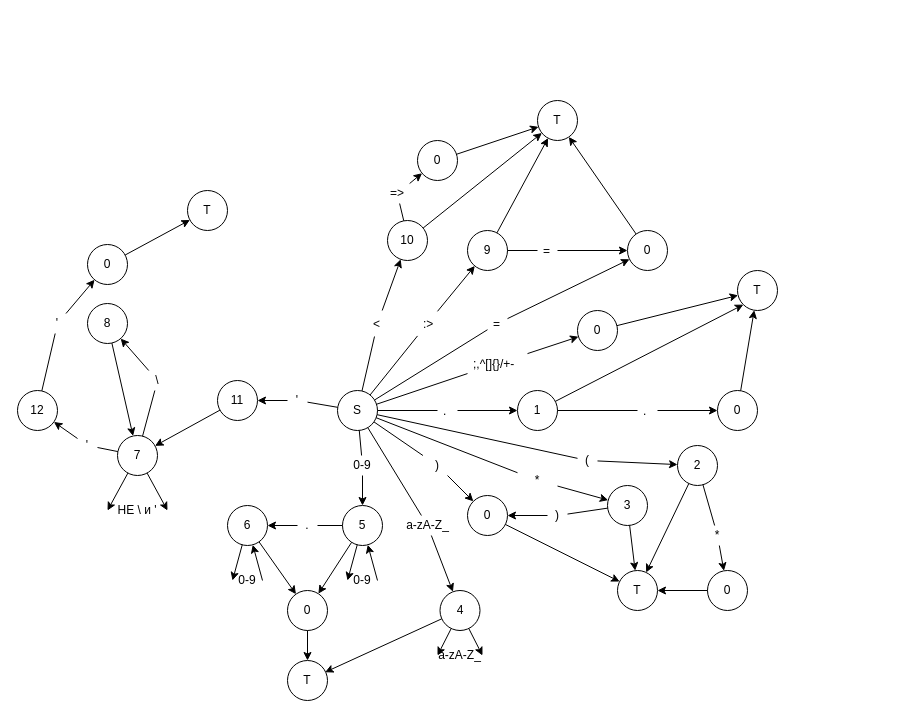
Earlier version of the draw.io diagram PascalCompiler/LEXER_FSM.drawio (XJIE6yIIIEK/PascalCompiler). Source tidied: cells renumbered, new cells numbered last; positions are measured from the earlier drawing's top-left corner, leaving out a move shared by most shapes. Both pictures are drawn from the tidied source at 100%, with x=0, y=0 at pixel (17, 100).
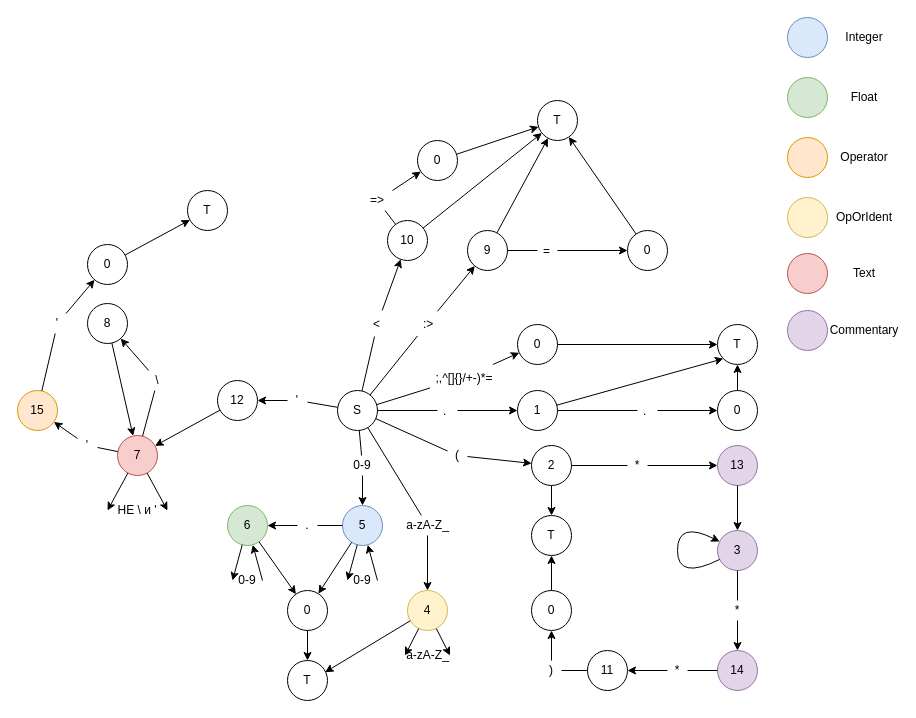
The same page after the edit.

The change refers to these unchanged cells:
```xml
<mxCell id="2" value="S" style="ellipse;whiteSpace=wrap;html=1;" parent="1" vertex="1">
  <mxGeometry x="320" y="290" width="40" height="40" as="geometry" />
</mxCell>
<mxCell id="23" value="0" style="ellipse;whiteSpace=wrap;html=1;" parent="1" vertex="1">
  <mxGeometry x="610" y="130" width="40" height="40" as="geometry" />
</mxCell>
```

The edit, as a diff of the source:
```diff
@@
     <mxCell id="3" value="0" style="ellipse;whiteSpace=wrap;html=1;" parent="1" vertex="1">
-      <mxGeometry x="560" y="210" width="40" height="40" as="geometry" />
+      <mxGeometry x="500" y="224" width="40" height="40" as="geometry" />
     </mxCell>
@@
-    <mxCell id="5" value=";,^[]{}/+-" style="text;strokeColor=none;fillColor=none;align=left;verticalAlign=top;spacingLeft=4;spacingRight=4;overflow=hidden;points=[[0,0.5],[1,0.5]];portConstraint=eastwest;" parent="1" vertex="1">
-      <mxGeometry x="450" y="250" width="60" height="26" as="geometry" />
+    <mxCell id="5" value=";,^[]{}/+-)*=" style="text;strokeColor=none;fillColor=none;align=left;verticalAlign=top;spacingLeft=4;spacingRight=4;overflow=hidden;points=[[0,0.5],[1,0.5]];portConstraint=eastwest;" parent="1" vertex="1">
+      <mxGeometry x="412.5" y="264" width="67.5" height="26" as="geometry" />
     </mxCell>
@@
     <mxCell id="7" value="T" style="ellipse;whiteSpace=wrap;html=1;" parent="1" vertex="1">
-      <mxGeometry x="720" y="170" width="40" height="40" as="geometry" />
+      <mxGeometry x="700" y="224" width="40" height="40" as="geometry" />
     </mxCell>
@@
-    <mxCell id="24" style="endArrow=classic;html=1;startArrow=none;" parent="1" edge="1" source="28" target="23">
-      <mxGeometry relative="1" as="geometry" />
-    </mxCell>
@@
-    <mxCell id="28" value="=" style="text;strokeColor=none;fillColor=none;align=left;verticalAlign=top;spacingLeft=4;spacingRight=4;overflow=hidden;points=[[0,0.5],[1,0.5]];portConstraint=eastwest;" parent="1" vertex="1">
-      <mxGeometry x="470" y="210" width="20" height="26" as="geometry" />
-    </mxCell>
-    <mxCell id="29" style="endArrow=none;html=1;" parent="1" edge="1" source="2" target="28">
-      <mxGeometry relative="1" as="geometry" />
-    </mxCell>
@@
     <mxCell id="40" value="=&amp;gt;" style="text;html=1;strokeColor=none;fillColor=none;align=center;verticalAlign=middle;whiteSpace=wrap;rounded=0;" parent="1" vertex="1">
-      <mxGeometry x="360" y="83" width="40" height="20" as="geometry" />
+      <mxGeometry x="340" y="90" width="40" height="20" as="geometry" />
     </mxCell>
@@
-    <mxCell id="43" value="3" style="ellipse;whiteSpace=wrap;html=1;" parent="1" vertex="1">
-      <mxGeometry x="590" y="385" width="40" height="40" as="geometry" />
-    </mxCell>
-    <mxCell id="44" style="endArrow=classic;html=1;startArrow=none;" parent="1" edge="1" source="45" target="43">
-      <mxGeometry relative="1" as="geometry" />
-    </mxCell>
-    <mxCell id="45" value="*" style="text;html=1;strokeColor=none;fillColor=none;align=center;verticalAlign=middle;whiteSpace=wrap;rounded=0;" parent="1" vertex="1">
-      <mxGeometry x="500" y="370" width="40" height="20" as="geometry" />
-    </mxCell>
-    <mxCell id="46" style="endArrow=none;html=1;" parent="1" edge="1" source="2" target="45">
-      <mxGeometry relative="1" as="geometry" />
-    </mxCell>
-    <mxCell id="47" value="0" style="ellipse;whiteSpace=wrap;html=1;" parent="1" vertex="1">
-      <mxGeometry x="450" y="395" width="40" height="40" as="geometry" />
-    </mxCell>
-    <mxCell id="48" style="endArrow=classic;html=1;startArrow=none;" parent="1" edge="1" source="49" target="47">
-      <mxGeometry relative="1" as="geometry" />
-    </mxCell>
-    <mxCell id="49" value=")" style="text;html=1;strokeColor=none;fillColor=none;align=center;verticalAlign=middle;whiteSpace=wrap;rounded=0;" parent="1" vertex="1">
-      <mxGeometry x="400" y="355" width="40" height="20" as="geometry" />
-    </mxCell>
-    <mxCell id="50" style="endArrow=none;html=1;" parent="1" edge="1" source="2" target="49">
-      <mxGeometry relative="1" as="geometry" />
-    </mxCell>
-    <mxCell id="51" style="endArrow=classic;html=1;startArrow=none;" parent="1" edge="1" source="52" target="47">
-      <mxGeometry relative="1" as="geometry" />
-    </mxCell>
-    <mxCell id="52" value=")" style="text;html=1;strokeColor=none;fillColor=none;align=center;verticalAlign=middle;whiteSpace=wrap;rounded=0;" parent="1" vertex="1">
-      <mxGeometry x="530" y="405" width="20" height="20" as="geometry" />
-    </mxCell>
-    <mxCell id="53" style="endArrow=none;html=1;" parent="1" edge="1" source="43" target="52">
-      <mxGeometry relative="1" as="geometry" />
-    </mxCell>
     <mxCell id="54" value="2" style="ellipse;whiteSpace=wrap;html=1;" parent="1" vertex="1">
-      <mxGeometry x="660" y="345" width="40" height="40" as="geometry" />
+      <mxGeometry x="514" y="345" width="40" height="40" as="geometry" />
     </mxCell>
-    <mxCell id="55" value="0" style="ellipse;whiteSpace=wrap;html=1;" parent="1" vertex="1">
-      <mxGeometry x="690" y="470" width="40" height="40" as="geometry" />
+    <mxCell id="55" value="13" style="ellipse;whiteSpace=wrap;html=1;fillColor=#e1d5e7;strokeColor=#9673a6;" parent="1" vertex="1">
+      <mxGeometry x="700" y="345" width="40" height="40" as="geometry" />
     </mxCell>
@@
     <mxCell id="58" value="(" style="text;html=1;strokeColor=none;fillColor=none;align=center;verticalAlign=middle;whiteSpace=wrap;rounded=0;" parent="1" vertex="1">
-      <mxGeometry x="560" y="350" width="20" height="20" as="geometry" />
+      <mxGeometry x="430" y="345" width="20" height="20" as="geometry" />
     </mxCell>
@@
     <mxCell id="60" value="*" style="text;html=1;strokeColor=none;fillColor=none;align=center;verticalAlign=middle;whiteSpace=wrap;rounded=0;" parent="1" vertex="1">
-      <mxGeometry x="690" y="425" width="20" height="20" as="geometry" />
+      <mxGeometry x="610" y="355" width="20" height="20" as="geometry" />
     </mxCell>
@@
     <mxCell id="62" value="T" style="ellipse;whiteSpace=wrap;html=1;" parent="1" vertex="1">
-      <mxGeometry x="600" y="470" width="40" height="40" as="geometry" />
+      <mxGeometry x="514" y="415" width="40" height="40" as="geometry" />
     </mxCell>
-    <mxCell id="63" style="endArrow=classic;html=1;" parent="1" edge="1" source="47" target="62">
-      <mxGeometry relative="1" as="geometry" />
-    </mxCell>
-    <mxCell id="64" style="endArrow=classic;html=1;" parent="1" edge="1" source="43" target="62">
-      <mxGeometry relative="1" as="geometry" />
-    </mxCell>
@@
-    <mxCell id="66" style="endArrow=classic;html=1;" parent="1" edge="1" source="55" target="62">
-      <mxGeometry relative="1" as="geometry" />
-    </mxCell>
-    <mxCell id="67" value="5" style="ellipse;whiteSpace=wrap;html=1;" parent="1" vertex="1">
+    <mxCell id="67" value="5" style="ellipse;whiteSpace=wrap;html=1;fillColor=#dae8fc;strokeColor=#6c8ebf;" parent="1" vertex="1">
       <mxGeometry x="325" y="405" width="40" height="40" as="geometry" />
     </mxCell>
@@
-    <mxCell id="71" value="6" style="ellipse;whiteSpace=wrap;html=1;" parent="1" vertex="1">
+    <mxCell id="71" value="6" style="ellipse;whiteSpace=wrap;html=1;fillColor=#d5e8d4;strokeColor=#82b366;" parent="1" vertex="1">
       <mxGeometry x="210" y="405" width="40" height="40" as="geometry" />
     </mxCell>
@@
-    <mxCell id="89" value="4" style="ellipse;whiteSpace=wrap;html=1;" parent="1" vertex="1">
-      <mxGeometry x="422.5" y="490" width="40" height="40" as="geometry" />
+    <mxCell id="89" value="4" style="ellipse;whiteSpace=wrap;html=1;fillColor=#fff2cc;strokeColor=#d6b656;" parent="1" vertex="1">
+      <mxGeometry x="390" y="490" width="40" height="40" as="geometry" />
     </mxCell>
     <mxCell id="90" value="a-zA-Z_" style="text;html=1;strokeColor=none;fillColor=none;align=center;verticalAlign=middle;whiteSpace=wrap;rounded=0;" parent="1" vertex="1">
-      <mxGeometry x="420" y="545" width="45" height="20" as="geometry" />
+      <mxGeometry x="387.5" y="545" width="45" height="20" as="geometry" />
     </mxCell>
@@
-    <mxCell id="95" value="7" style="ellipse;whiteSpace=wrap;html=1;" parent="1" vertex="1">
+    <mxCell id="95" value="7" style="ellipse;whiteSpace=wrap;html=1;fillColor=#f8cecc;strokeColor=#b85450;" parent="1" vertex="1">
       <mxGeometry x="100" y="335" width="40" height="40" as="geometry" />
     </mxCell>
@@
-    <mxCell id="112" value="11" style="ellipse;whiteSpace=wrap;html=1;" parent="1" vertex="1">
+    <mxCell id="112" value="12" style="ellipse;whiteSpace=wrap;html=1;" parent="1" vertex="1">
       <mxGeometry x="200" y="280" width="40" height="40" as="geometry" />
     </mxCell>
-    <mxCell id="113" value="12" style="ellipse;whiteSpace=wrap;html=1;" parent="1" vertex="1">
+    <mxCell id="113" value="15" style="ellipse;whiteSpace=wrap;html=1;fillColor=#ffe6cc;strokeColor=#d79b00;" parent="1" vertex="1">
       <mxGeometry y="290" width="40" height="40" as="geometry" />
     </mxCell>
@@
+    <mxCell id="43" value="3" style="ellipse;whiteSpace=wrap;html=1;fillColor=#e1d5e7;strokeColor=#9673a6;" parent="1" vertex="1">
+      <mxGeometry x="700" y="430" width="40" height="40" as="geometry" />
+    </mxCell>
+    <mxCell id="118" value="14" style="ellipse;whiteSpace=wrap;html=1;fillColor=#e1d5e7;strokeColor=#9673a6;" parent="1" vertex="1">
+      <mxGeometry x="700" y="550" width="40" height="40" as="geometry" />
+    </mxCell>
+    <mxCell id="119" value="11" style="ellipse;whiteSpace=wrap;html=1;" parent="1" vertex="1">
+      <mxGeometry x="570" y="550" width="40" height="40" as="geometry" />
+    </mxCell>
+    <mxCell id="47" value="0" style="ellipse;whiteSpace=wrap;html=1;" parent="1" vertex="1">
+      <mxGeometry x="514" y="490" width="40" height="40" as="geometry" />
+    </mxCell>
+    <mxCell id="63" style="endArrow=classic;html=1;" parent="1" edge="1" source="47" target="62">
+      <mxGeometry relative="1" as="geometry" />
+    </mxCell>
+    <mxCell id="120" style="endArrow=classic;html=1;startArrow=none;" parent="1" edge="1" source="129" target="47">
+      <mxGeometry relative="1" as="geometry" />
+    </mxCell>
+    <mxCell id="121" style="endArrow=classic;html=1;" parent="1" edge="1" source="55" target="43">
+      <mxGeometry relative="1" as="geometry" />
+    </mxCell>
+    <mxCell id="122" style="curved=1;endArrow=classic;html=1;" parent="1" edge="1" source="43" target="43">
+      <mxGeometry relative="1" as="geometry">
+        <Array as="points">
+          <mxPoint x="660" y="480" />
+          <mxPoint x="660" y="420" />
+        </Array>
+      </mxGeometry>
+    </mxCell>
+    <mxCell id="123" style="endArrow=classic;html=1;startArrow=none;" parent="1" edge="1" source="125" target="118">
+      <mxGeometry relative="1" as="geometry" />
+    </mxCell>
+    <mxCell id="124" style="endArrow=classic;html=1;startArrow=none;" parent="1" edge="1" source="127" target="119">
+      <mxGeometry relative="1" as="geometry" />
+    </mxCell>
+    <mxCell id="125" value="*" style="text;html=1;strokeColor=none;fillColor=none;align=center;verticalAlign=middle;whiteSpace=wrap;rounded=0;" parent="1" vertex="1">
+      <mxGeometry x="710" y="500" width="20" height="20" as="geometry" />
+    </mxCell>
+    <mxCell id="126" style="endArrow=none;html=1;" parent="1" edge="1" source="43" target="125">
+      <mxGeometry relative="1" as="geometry" />
+    </mxCell>
+    <mxCell id="127" value="*" style="text;html=1;strokeColor=none;fillColor=none;align=center;verticalAlign=middle;whiteSpace=wrap;rounded=0;" parent="1" vertex="1">
+      <mxGeometry x="650" y="560" width="20" height="20" as="geometry" />
+    </mxCell>
+    <mxCell id="128" style="endArrow=none;html=1;" parent="1" edge="1" source="118" target="127">
+      <mxGeometry relative="1" as="geometry" />
+    </mxCell>
+    <mxCell id="129" value=")" style="text;html=1;strokeColor=none;fillColor=none;align=center;verticalAlign=middle;whiteSpace=wrap;rounded=0;" parent="1" vertex="1">
+      <mxGeometry x="524" y="560" width="20" height="20" as="geometry" />
+    </mxCell>
+    <mxCell id="130" style="endArrow=none;html=1;" parent="1" edge="1" source="119" target="129">
+      <mxGeometry relative="1" as="geometry" />
+    </mxCell>
+    <mxCell id="131" style="ellipse;whiteSpace=wrap;html=1;fillColor=#dae8fc;strokeColor=#6c8ebf;" parent="1" vertex="1">
+      <mxGeometry x="770" y="-83" width="40" height="40" as="geometry" />
+    </mxCell>
+    <mxCell id="132" style="ellipse;whiteSpace=wrap;html=1;fillColor=#d5e8d4;strokeColor=#82b366;" parent="1" vertex="1">
+      <mxGeometry x="770" y="-23" width="40" height="40" as="geometry" />
+    </mxCell>
+    <mxCell id="133" style="ellipse;whiteSpace=wrap;html=1;fillColor=#ffe6cc;strokeColor=#d79b00;" parent="1" vertex="1">
+      <mxGeometry x="770" y="37" width="40" height="40" as="geometry" />
+    </mxCell>
+    <mxCell id="134" style="ellipse;whiteSpace=wrap;html=1;fillColor=#fff2cc;strokeColor=#d6b656;" parent="1" vertex="1">
+      <mxGeometry x="770" y="97" width="40" height="40" as="geometry" />
+    </mxCell>
+    <mxCell id="135" style="ellipse;whiteSpace=wrap;html=1;fillColor=#e1d5e7;strokeColor=#9673a6;" parent="1" vertex="1">
+      <mxGeometry x="770" y="210" width="40" height="40" as="geometry" />
+    </mxCell>
+    <mxCell id="136" style="ellipse;whiteSpace=wrap;html=1;fillColor=#f8cecc;strokeColor=#b85450;" parent="1" vertex="1">
+      <mxGeometry x="770" y="153" width="40" height="40" as="geometry" />
+    </mxCell>
+    <mxCell id="137" value="Integer" style="text;html=1;strokeColor=none;fillColor=none;align=center;verticalAlign=middle;whiteSpace=wrap;rounded=0;" parent="1" vertex="1">
+      <mxGeometry x="827" y="-73" width="40" height="20" as="geometry" />
+    </mxCell>
+    <mxCell id="138" value="Float" style="text;html=1;strokeColor=none;fillColor=none;align=center;verticalAlign=middle;whiteSpace=wrap;rounded=0;" parent="1" vertex="1">
+      <mxGeometry x="827" y="-13" width="40" height="20" as="geometry" />
+    </mxCell>
+    <mxCell id="139" value="Operator" style="text;html=1;strokeColor=none;fillColor=none;align=center;verticalAlign=middle;whiteSpace=wrap;rounded=0;" parent="1" vertex="1">
+      <mxGeometry x="827" y="47" width="40" height="20" as="geometry" />
+    </mxCell>
+    <mxCell id="140" value="OpOrIdent" style="text;html=1;strokeColor=none;fillColor=none;align=center;verticalAlign=middle;whiteSpace=wrap;rounded=0;" parent="1" vertex="1">
+      <mxGeometry x="827" y="107" width="40" height="20" as="geometry" />
+    </mxCell>
+    <mxCell id="141" value="Text" style="text;html=1;strokeColor=none;fillColor=none;align=center;verticalAlign=middle;whiteSpace=wrap;rounded=0;" parent="1" vertex="1">
+      <mxGeometry x="827" y="163" width="40" height="20" as="geometry" />
+    </mxCell>
+    <mxCell id="142" value="Commentary" style="text;html=1;strokeColor=none;fillColor=none;align=center;verticalAlign=middle;whiteSpace=wrap;rounded=0;" parent="1" vertex="1">
+      <mxGeometry x="827" y="220" width="40" height="20" as="geometry" />
+    </mxCell>
```
